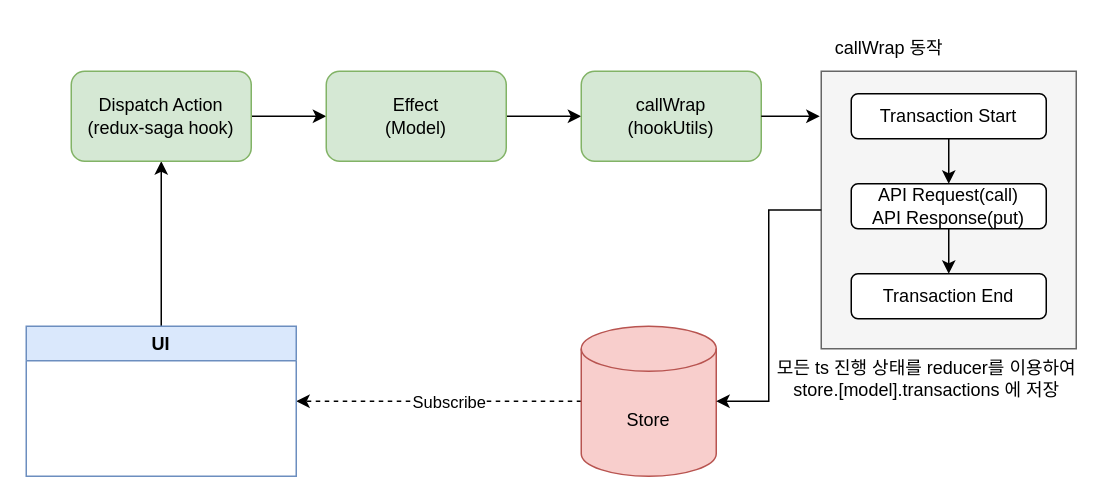
Before: ndap-redux-saga.drawio in liamyoon/document, a draw.io diagram. Source tidied: cells renumbered, new cells numbered last; positions are measured from the earlier drawing's top-left corner, leaving out a move shared by most shapes. Both pictures are drawn from the tidied source at 150%, with x=0, y=0 at pixel (26, 26).
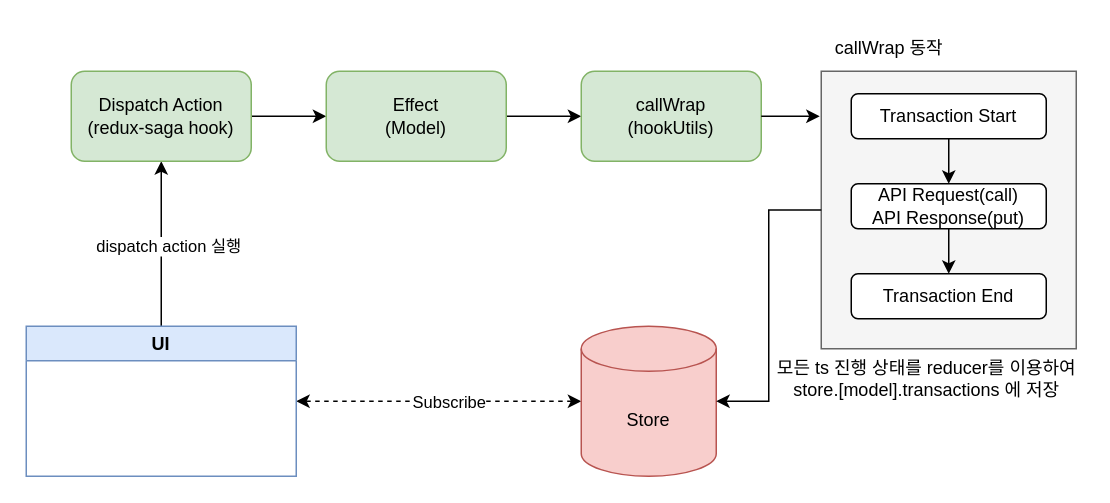
Above is the later version.

The change refers to these unchanged cells:
```xml
<mxCell id="5" value="Store" style="shape=cylinder3;whiteSpace=wrap;html=1;boundedLbl=1;backgroundOutline=1;size=15;fillColor=#f8cecc;strokeColor=#b85450;" parent="1" vertex="1">
  <mxGeometry x="370" y="200" width="90" height="100" as="geometry" />
</mxCell>
<mxCell id="6" style="edgeStyle=orthogonalEdgeStyle;rounded=0;jettySize=auto;html=1;entryX=0.5;entryY=1;entryDx=0;entryDy=0;" parent="1" edge="1" source="7" target="9">
  <mxGeometry relative="1" as="geometry" />
</mxCell>
<mxCell id="7" value="UI" style="swimlane;whiteSpace=wrap;html=1;fillColor=#dae8fc;strokeColor=#6c8ebf;" parent="1" vertex="1">
  <mxGeometry y="200" width="180" height="100" as="geometry" />
</mxCell>
```

Diff of the diagram source:
```diff
@@
-    <mxCell id="3" style="edgeStyle=orthogonalEdgeStyle;rounded=0;jettySize=auto;html=1;entryX=1;entryY=0.5;entryDx=0;entryDy=0;dashed=1;" parent="1" edge="1" source="5" target="7">
+    <mxCell id="3" style="edgeStyle=orthogonalEdgeStyle;rounded=0;jettySize=auto;html=1;entryX=1;entryY=0.5;entryDx=0;entryDy=0;dashed=1;startArrow=classic;startFill=1;" parent="1" edge="1" source="5" target="7">
       <mxGeometry relative="1" as="geometry" />
     </mxCell>
@@
+    <mxCell id="22" value="dispatch action 실행" style="edgeLabel;html=1;align=center;verticalAlign=middle;" parent="6" vertex="1">
+      <mxGeometry x="-0.02" y="-4" relative="1" as="geometry" />
+    </mxCell>
```
